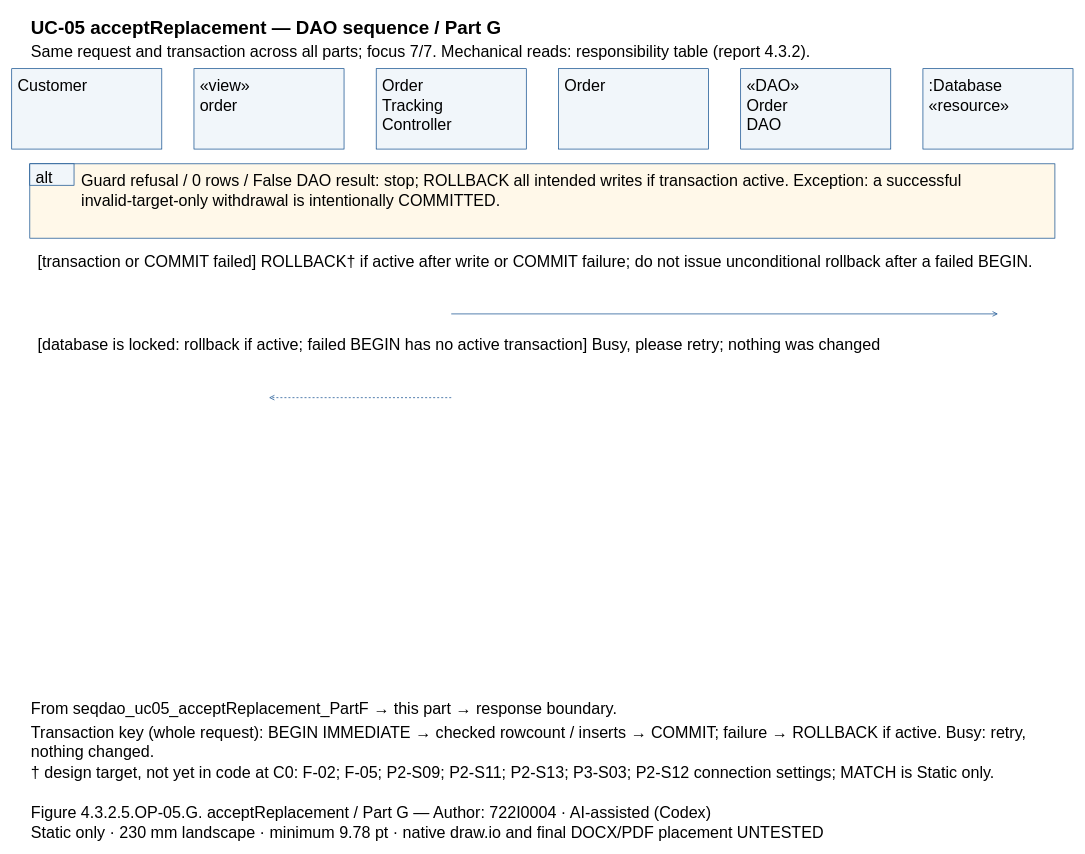
Earlier version of the draw.io diagram models/UC-05/seqdao_uc05_acceptReplacement_PartG.drawio (Dat071104/SaigonBite). Source tidied: cells renumbered, new cells numbered last; positions are measured from the earlier drawing's top-left corner, leaving out a move shared by most shapes. Both pictures are drawn from the tidied source at 67%, with x=0, y=0 at pixel (11, 11).
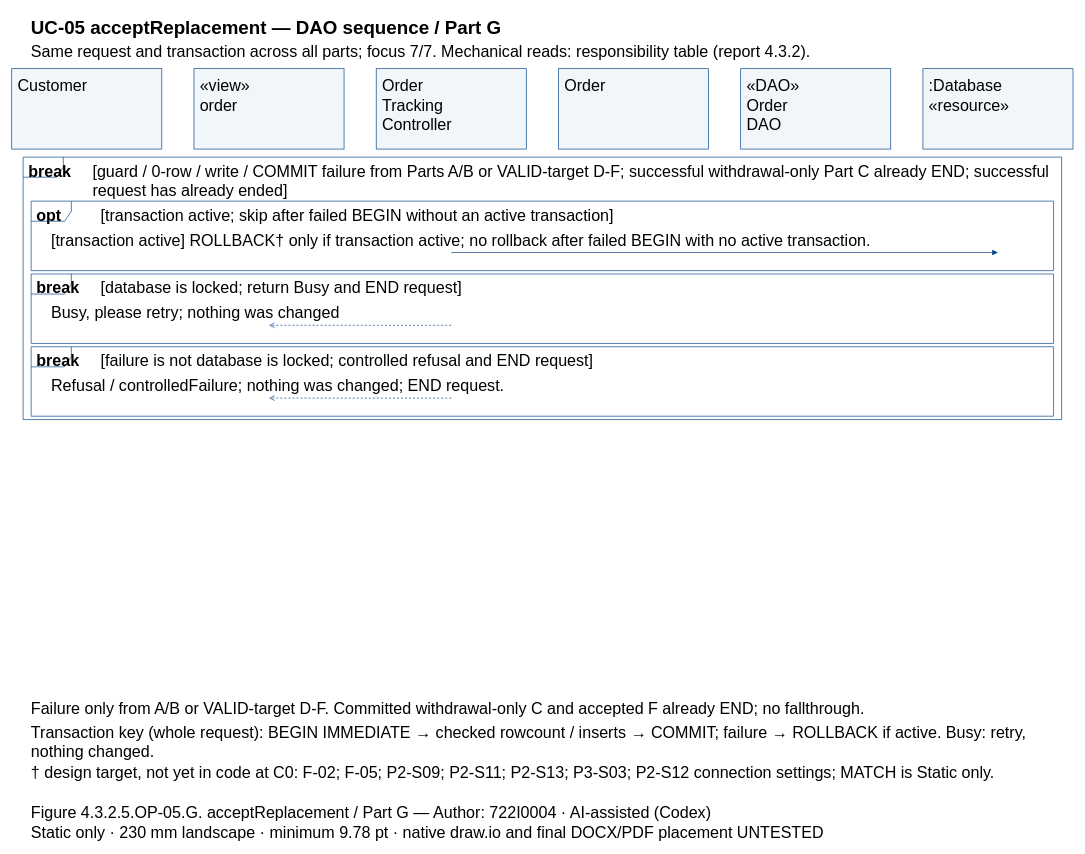
Above is the later version.

What changed in the source:
```diff
@@
+    <mxCell id="33" style="shape=umlFrame;fillColor=none;strokeColor=#004387;" parent="1" vertex="1">
+      <mxGeometry x="17" y="217" width="1550" height="391.7" as="geometry" />
+    </mxCell>
+    <mxCell id="34" style="shape=umlFrame;fillColor=none;strokeColor=#004387;" parent="1" vertex="1">
+      <mxGeometry x="29" y="282.7" width="1526" height="103.7" as="geometry" />
+    </mxCell>
+    <mxCell id="35" style="shape=umlFrame;fillColor=none;strokeColor=#004387;" parent="1" vertex="1">
+      <mxGeometry x="29" y="391.4" width="1526" height="103.7" as="geometry" />
+    </mxCell>
+    <mxCell id="36" style="shape=umlFrame;fillColor=none;strokeColor=#004387;" parent="1" vertex="1">
+      <mxGeometry x="29" y="500" width="1526" height="103.7" as="geometry" />
+    </mxCell>
@@
-    <mxCell id="5" value="Customer" style="text;html=0;whiteSpace=wrap;align=left;verticalAlign=top;strokeColor=none;fillColor=none;fontFamily=Arial;fontSize=24;fontStyle=0;" parent="1" vertex="1">
-      <mxGeometry x="7" y="90" width="210" height="27.8" as="geometry" />
-    </mxCell>
+    <mxCell id="9" value="Customer" style="text;html=0;whiteSpace=wrap;align=left;verticalAlign=top;strokeColor=none;fillColor=none;fontFamily=Arial;fontSize=24;fontStyle=0;" parent="1" vertex="1">
+      <mxGeometry x="7" y="90" width="210" height="27.8" as="geometry" />
+    </mxCell>
@@
-    <mxCell id="7" value="«view»&#10;order" style="text;html=0;whiteSpace=wrap;align=left;verticalAlign=top;strokeColor=none;fillColor=none;fontFamily=Arial;fontSize=24;fontStyle=0;" parent="1" vertex="1">
-      <mxGeometry x="279" y="90" width="210" height="55.7" as="geometry" />
-    </mxCell>
+    <mxCell id="11" value="«view»&#10;order" style="text;html=0;whiteSpace=wrap;align=left;verticalAlign=top;strokeColor=none;fillColor=none;fontFamily=Arial;fontSize=24;fontStyle=0;" parent="1" vertex="1">
+      <mxGeometry x="279" y="90" width="210" height="55.7" as="geometry" />
+    </mxCell>
@@
-    <mxCell id="9" value="Order&#10;Tracking&#10;Controller" style="text;html=0;whiteSpace=wrap;align=left;verticalAlign=top;strokeColor=none;fillColor=none;fontFamily=Arial;fontSize=24;fontStyle=0;" parent="1" vertex="1">
-      <mxGeometry x="551" y="90" width="210" height="83.5" as="geometry" />
-    </mxCell>
+    <mxCell id="13" value="Order&#10;Tracking&#10;Controller" style="text;html=0;whiteSpace=wrap;align=left;verticalAlign=top;strokeColor=none;fillColor=none;fontFamily=Arial;fontSize=24;fontStyle=0;" parent="1" vertex="1">
+      <mxGeometry x="551" y="90" width="210" height="83.5" as="geometry" />
+    </mxCell>
@@
-    <mxCell id="11" value="Order" style="text;html=0;whiteSpace=wrap;align=left;verticalAlign=top;strokeColor=none;fillColor=none;fontFamily=Arial;fontSize=24;fontStyle=0;" parent="1" vertex="1">
-      <mxGeometry x="823" y="90" width="210" height="27.8" as="geometry" />
-    </mxCell>
+    <mxCell id="15" value="Order" style="text;html=0;whiteSpace=wrap;align=left;verticalAlign=top;strokeColor=none;fillColor=none;fontFamily=Arial;fontSize=24;fontStyle=0;" parent="1" vertex="1">
+      <mxGeometry x="823" y="90" width="210" height="27.8" as="geometry" />
+    </mxCell>
@@
-    <mxCell id="13" value="«DAO»&#10;Order&#10;DAO" style="text;html=0;whiteSpace=wrap;align=left;verticalAlign=top;strokeColor=none;fillColor=none;fontFamily=Arial;fontSize=24;fontStyle=0;" parent="1" vertex="1">
-      <mxGeometry x="1095" y="90" width="210" height="83.5" as="geometry" />
-    </mxCell>
+    <mxCell id="37" value="«DAO»&#10;Order&#10;DAO" style="text;html=0;whiteSpace=wrap;align=left;verticalAlign=top;strokeColor=none;fillColor=none;fontFamily=Arial;fontSize=24;fontStyle=0;" parent="1" vertex="1">
+      <mxGeometry x="1095" y="90" width="210" height="83.5" as="geometry" />
+    </mxCell>
@@
-    <mxCell id="15" value=":Database&#10;«resource»" style="text;html=0;whiteSpace=wrap;align=left;verticalAlign=top;strokeColor=none;fillColor=none;fontFamily=Arial;fontSize=24;fontStyle=0;" parent="1" vertex="1">
-      <mxGeometry x="1367" y="90" width="210" height="55.7" as="geometry" />
-    </mxCell>
-    <mxCell id="16" style="fillColor=#FFF8E9;strokeColor=#004387;" parent="1" vertex="1">
-      <mxGeometry x="27" y="227" width="1530" height="111" as="geometry" />
-    </mxCell>
-    <mxCell id="17" style="fillColor=#F1F6FA;strokeColor=#004387;" parent="1" vertex="1">
-      <mxGeometry x="27" y="227" width="66" height="32" as="geometry" />
-    </mxCell>
-    <mxCell id="18" value="alt" style="text;html=0;whiteSpace=wrap;align=left;verticalAlign=top;strokeColor=none;fillColor=none;fontFamily=Arial;fontSize=24;fontStyle=0;" parent="1" vertex="1">
-      <mxGeometry x="34" y="227" width="56" height="27.8" as="geometry" />
-    </mxCell>
-    <mxCell id="19" value="Guard refusal / 0 rows / False DAO result: stop; ROLLBACK all intended writes if transaction active. Exception: a successful&#10;invalid-target-only withdrawal is intentionally COMMITTED." style="text;html=0;whiteSpace=wrap;align=left;verticalAlign=top;strokeColor=none;fillColor=none;fontFamily=Arial;fontSize=24;fontStyle=0;" parent="1" vertex="1">
-      <mxGeometry x="102" y="232" width="1440" height="55.7" as="geometry" />
+    <mxCell id="19" value=":Database&#10;«resource»" style="text;html=0;whiteSpace=wrap;align=left;verticalAlign=top;strokeColor=none;fillColor=none;fontFamily=Arial;fontSize=24;fontStyle=0;" parent="1" vertex="1">
+      <mxGeometry x="1367" y="90" width="210" height="55.7" as="geometry" />
     </mxCell>
-    <mxCell id="20" value="[transaction or COMMIT failed] ROLLBACK† if active after write or COMMIT failure; do not issue unconditional rollback after a failed BEGIN." style="text;html=0;whiteSpace=wrap;align=left;verticalAlign=top;strokeColor=none;fillColor=none;fontFamily=Arial;fontSize=24;fontStyle=0;" parent="1" vertex="1">
-      <mxGeometry x="37" y="352" width="1510" height="27.8" as="geometry" />
-    </mxCell>
+    <mxCell id="38" value="break" style="text;html=0;whiteSpace=wrap;align=left;verticalAlign=top;strokeColor=none;fillColor=none;fontFamily=Arial;fontSize=24;fontStyle=1;" parent="1" vertex="1">
+      <mxGeometry x="23" y="218" width="84" height="27.8" as="geometry" />
+    </mxCell>
+    <mxCell id="39" value="[guard / 0-row / write / COMMIT failure from Parts A/B or VALID-target D-F; successful withdrawal-only Part C already END; successful&#10;request has already ended]" style="text;html=0;whiteSpace=wrap;align=left;verticalAlign=top;strokeColor=none;fillColor=none;fontFamily=Arial;fontSize=24;fontStyle=0;" parent="1" vertex="1">
+      <mxGeometry x="119" y="218" width="1438" height="55.7" as="geometry" />
+    </mxCell>
+    <mxCell id="40" value="opt" style="text;html=0;whiteSpace=wrap;align=left;verticalAlign=top;strokeColor=none;fillColor=none;fontFamily=Arial;fontSize=24;fontStyle=1;" parent="1" vertex="1">
+      <mxGeometry x="35" y="283.7" width="84" height="27.8" as="geometry" />
+    </mxCell>
+    <mxCell id="41" value="[transaction active; skip after failed BEGIN without an active transaction]" style="text;html=0;whiteSpace=wrap;align=left;verticalAlign=top;strokeColor=none;fillColor=none;fontFamily=Arial;fontSize=24;fontStyle=0;" parent="1" vertex="1">
+      <mxGeometry x="131" y="283.7" width="1414" height="27.8" as="geometry" />
+    </mxCell>
+    <mxCell id="42" value="break" style="text;html=0;whiteSpace=wrap;align=left;verticalAlign=top;strokeColor=none;fillColor=none;fontFamily=Arial;fontSize=24;fontStyle=1;" parent="1" vertex="1">
+      <mxGeometry x="35" y="392.4" width="84" height="27.8" as="geometry" />
+    </mxCell>
+    <mxCell id="43" value="[database is locked; return Busy and END request]" style="text;html=0;whiteSpace=wrap;align=left;verticalAlign=top;strokeColor=none;fillColor=none;fontFamily=Arial;fontSize=24;fontStyle=0;" parent="1" vertex="1">
+      <mxGeometry x="131" y="392.4" width="1414" height="27.8" as="geometry" />
+    </mxCell>
+    <mxCell id="44" value="break" style="text;html=0;whiteSpace=wrap;align=left;verticalAlign=top;strokeColor=none;fillColor=none;fontFamily=Arial;fontSize=24;fontStyle=1;" parent="1" vertex="1">
+      <mxGeometry x="35" y="501" width="84" height="27.8" as="geometry" />
+    </mxCell>
+    <mxCell id="45" value="[failure is not database is locked; controlled refusal and END request]" style="text;html=0;whiteSpace=wrap;align=left;verticalAlign=top;strokeColor=none;fillColor=none;fontFamily=Arial;fontSize=24;fontStyle=0;" parent="1" vertex="1">
+      <mxGeometry x="131" y="501" width="1414" height="27.8" as="geometry" />
+    </mxCell>
+    <mxCell id="32" value="[transaction active] ROLLBACK† only if transaction active; no rollback after failed BEGIN with no active transaction." style="text;html=0;whiteSpace=wrap;align=left;verticalAlign=top;strokeColor=none;fillColor=none;fontFamily=Arial;fontSize=24;fontStyle=0;" parent="1" vertex="1">
+      <mxGeometry x="57" y="320.5" width="1470" height="27.8" as="geometry" />
+    </mxCell>
+    <mxCell id="46" style="opacity=0;" parent="1" vertex="1">
+      <mxGeometry x="656" y="359.4" as="geometry" />
+    </mxCell>
+    <mxCell id="47" style="opacity=0;" parent="1" vertex="1">
+      <mxGeometry x="1472" y="359.4" as="geometry" />
+    </mxCell>
+    <mxCell id="48" style="edgeStyle=none;endArrow=block;endFill=1;strokeColor=#004387;exitX=0.5;entryX=0.5;exitPerimeter=0;entryPerimeter=0;" parent="1" edge="1" source="46" target="47">
+      <mxGeometry relative="1" as="geometry" />
+    </mxCell>
+    <mxCell id="49" value="Busy, please retry; nothing was changed" style="text;html=0;whiteSpace=wrap;align=left;verticalAlign=top;strokeColor=none;fillColor=none;fontFamily=Arial;fontSize=24;fontStyle=0;" parent="1" vertex="1">
+      <mxGeometry x="57" y="429.2" width="1470" height="27.8" as="geometry" />
+    </mxCell>
     <mxCell id="21" style="opacity=0;" parent="1" vertex="1">
-      <mxGeometry x="656" y="451" as="geometry" />
+      <mxGeometry x="656" y="468" as="geometry" />
     </mxCell>
     <mxCell id="22" style="opacity=0;" parent="1" vertex="1">
-      <mxGeometry x="1472" y="451" as="geometry" />
+      <mxGeometry x="384" y="468" as="geometry" />
     </mxCell>
-    <mxCell id="23" style="edgeStyle=none;endArrow=open;strokeColor=#004387;exitX=0.5;entryX=0.5;exitPerimeter=0;entryPerimeter=0;" parent="1" edge="1" source="21" target="22">
+    <mxCell id="23" style="edgeStyle=none;endArrow=open;endFill=0;strokeColor=#004387;dashed=1;exitX=0.5;entryX=0.5;exitPerimeter=0;entryPerimeter=0;" parent="1" edge="1" source="21" target="22">
       <mxGeometry relative="1" as="geometry" />
     </mxCell>
-    <mxCell id="24" value="[database is locked: rollback if active; failed BEGIN has no active transaction] Busy, please retry; nothing was changed" style="text;html=0;whiteSpace=wrap;align=left;verticalAlign=top;strokeColor=none;fillColor=none;fontFamily=Arial;fontSize=24;fontStyle=0;" parent="1" vertex="1">
-      <mxGeometry x="37" y="477" width="1510" height="27.8" as="geometry" />
-    </mxCell>
+    <mxCell id="50" value="Refusal / controlledFailure; nothing was changed; END request." style="text;html=0;whiteSpace=wrap;align=left;verticalAlign=top;strokeColor=none;fillColor=none;fontFamily=Arial;fontSize=24;fontStyle=0;" parent="1" vertex="1">
+      <mxGeometry x="57" y="537.9" width="1470" height="27.8" as="geometry" />
+    </mxCell>
     <mxCell id="25" style="opacity=0;" parent="1" vertex="1">
-      <mxGeometry x="656" y="576" as="geometry" />
+      <mxGeometry x="656" y="576.7" as="geometry" />
     </mxCell>
     <mxCell id="26" style="opacity=0;" parent="1" vertex="1">
-      <mxGeometry x="384" y="576" as="geometry" />
+      <mxGeometry x="384" y="576.7" as="geometry" />
     </mxCell>
-    <mxCell id="27" style="edgeStyle=none;endArrow=open;strokeColor=#004387;dashed=1;exitX=0.5;entryX=0.5;exitPerimeter=0;entryPerimeter=0;" parent="1" edge="1" source="25" target="26">
+    <mxCell id="27" style="edgeStyle=none;endArrow=open;endFill=0;strokeColor=#004387;dashed=1;exitX=0.5;entryX=0.5;exitPerimeter=0;entryPerimeter=0;" parent="1" edge="1" source="25" target="26">
       <mxGeometry relative="1" as="geometry" />
     </mxCell>
-    <mxCell id="28" value="From seqdao_uc05_acceptReplacement_PartF → this part → response boundary." style="text;html=0;whiteSpace=wrap;align=left;verticalAlign=top;strokeColor=none;fillColor=none;fontFamily=Arial;fontSize=24;fontStyle=0;" parent="1" vertex="1">
-      <mxGeometry x="27" y="1020" width="1530" height="27.8" as="geometry" />
-    </mxCell>
+    <mxCell id="51" value="Failure only from A/B or VALID-target D-F. Committed withdrawal-only C and accepted F already END; no fallthrough." style="text;html=0;whiteSpace=wrap;align=left;verticalAlign=top;strokeColor=none;fillColor=none;fontFamily=Arial;fontSize=24;fontStyle=0;" parent="1" vertex="1">
+      <mxGeometry x="27" y="1020" width="1530" height="27.8" as="geometry" />
+    </mxCell>
@@
-    <mxCell id="32" value="Static only · 230 mm landscape · minimum 9.78 pt · native draw.io and final DOCX/PDF placement UNTESTED" style="text;html=0;whiteSpace=wrap;align=left;verticalAlign=top;strokeColor=none;fillColor=none;fontFamily=Arial;fontSize=24;fontStyle=0;" parent="1" vertex="1">
-      <mxGeometry x="27" y="1205" width="1530" height="27.8" as="geometry" />
-    </mxCell>
+    <mxCell id="52" value="Static only · 230 mm landscape · minimum 9.78 pt · native draw.io and final DOCX/PDF placement UNTESTED" style="text;html=0;whiteSpace=wrap;align=left;verticalAlign=top;strokeColor=none;fillColor=none;fontFamily=Arial;fontSize=24;fontStyle=0;" parent="1" vertex="1">
+      <mxGeometry x="27" y="1205" width="1530" height="27.8" as="geometry" />
+    </mxCell>
```
